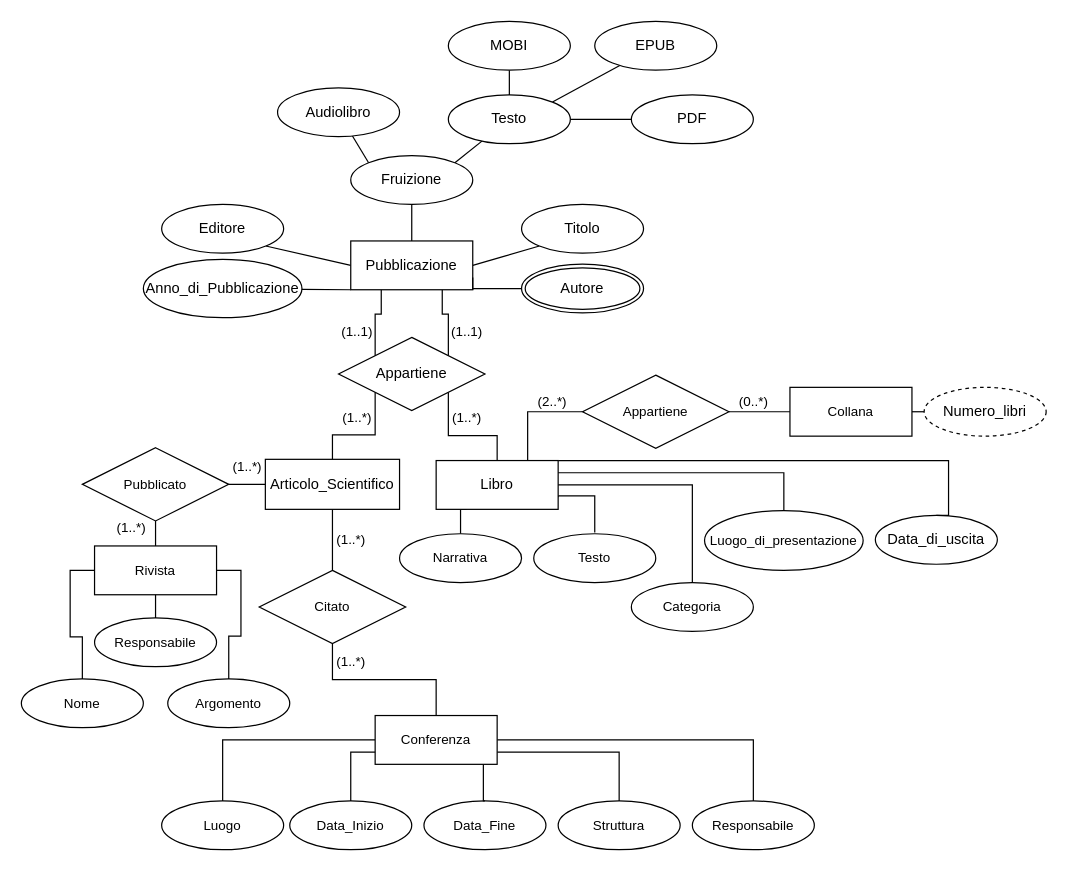
Before: prova.drawio in FiorentinoLuca/diagrams, a draw.io diagram. Source tidied: cells renumbered, new cells numbered last; positions are measured from the earlier drawing's top-left corner, leaving out a move shared by most shapes. Both pictures are drawn from the tidied source at 122%, with x=0, y=0 at pixel (21, 21).
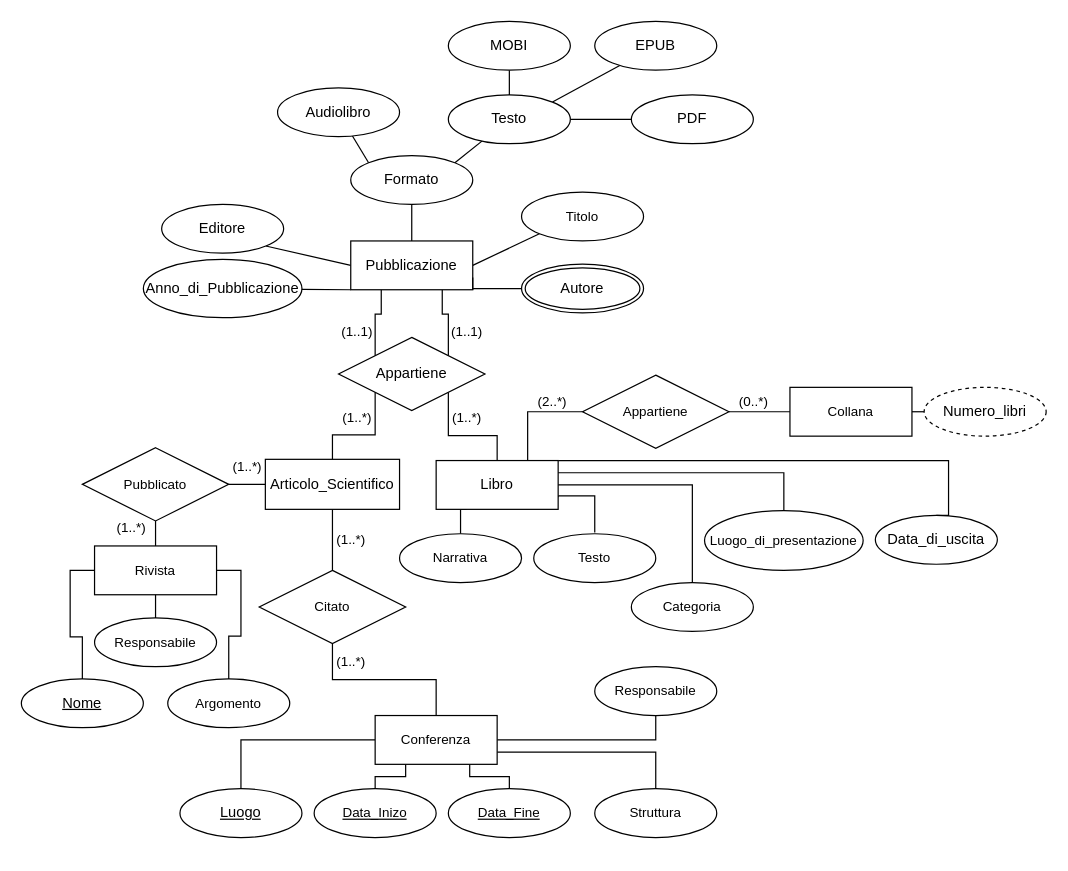
Above is the later version.

Unchanged cells that the change refers to:
```xml
<mxCell id="57" value="Conferenza" style="whiteSpace=wrap;html=1;align=center;fontFamily=Helvetica;fontSize=11;fontColor=default;labelBackgroundColor=default;" parent="1" vertex="1">
  <mxGeometry x="290" y="569" width="100" height="40" as="geometry" />
</mxCell>
<mxCell id="58" value="Rivista" style="whiteSpace=wrap;html=1;align=center;fontFamily=Helvetica;fontSize=11;fontColor=default;labelBackgroundColor=default;" parent="1" vertex="1">
  <mxGeometry x="60" y="430" width="100" height="40" as="geometry" />
</mxCell>
<mxCell id="80" value="Numero_libri" style="ellipse;whiteSpace=wrap;html=1;align=center;dashed=1;" parent="1" vertex="1">
  <mxGeometry x="740" y="300" width="100" height="40" as="geometry" />
</mxCell>
```

The edit, as a diff of the source:
```diff
@@
-    <mxCell id="9" value="Titolo" style="ellipse;whiteSpace=wrap;html=1;align=center;" parent="1" vertex="1">
-      <mxGeometry x="410" y="150" width="100" height="40" as="geometry" />
-    </mxCell>
@@
-    <mxCell id="13" value="Fruizione" style="ellipse;whiteSpace=wrap;html=1;align=center;" parent="1" vertex="1">
+    <mxCell id="13" value="Formato" style="ellipse;whiteSpace=wrap;html=1;align=center;" parent="1" vertex="1">
       <mxGeometry x="270" y="110" width="100" height="40" as="geometry" />
     </mxCell>
@@
-    <mxCell id="40" style="edgeStyle=orthogonalEdgeStyle;shape=connector;rounded=0;jettySize=auto;html=1;exitX=0;exitY=0.5;exitDx=0;exitDy=0;entryX=0.5;entryY=0;entryDx=0;entryDy=0;strokeColor=default;align=center;verticalAlign=middle;fontFamily=Helvetica;fontSize=11;fontColor=default;labelBackgroundColor=default;startFill=0;endArrow=none;" parent="1" edge="1" source="58" target="44">
+    <mxCell id="40" style="edgeStyle=orthogonalEdgeStyle;shape=connector;rounded=0;jettySize=auto;html=1;exitX=0;exitY=0.5;exitDx=0;exitDy=0;strokeColor=default;align=center;verticalAlign=middle;fontFamily=Helvetica;fontSize=11;fontColor=default;labelBackgroundColor=default;startFill=0;endArrow=none;entryX=0.5;entryY=0;entryDx=0;entryDy=0;" parent="1" edge="1" source="58" target="44">
       <mxGeometry relative="1" as="geometry" />
     </mxCell>
@@
-    <mxCell id="44" value="Nome" style="ellipse;whiteSpace=wrap;html=1;align=center;fontFamily=Helvetica;fontSize=11;fontColor=default;labelBackgroundColor=default;" parent="1" vertex="1">
-      <mxGeometry y="539" width="100" height="40" as="geometry" />
-    </mxCell>
-    <mxCell id="45" value="Luogo" style="ellipse;whiteSpace=wrap;html=1;align=center;fontFamily=Helvetica;fontSize=11;fontColor=default;labelBackgroundColor=default;" parent="1" vertex="1">
-      <mxGeometry x="115" y="639" width="100" height="40" as="geometry" />
-    </mxCell>
-    <mxCell id="46" value="Data_Inizio" style="ellipse;whiteSpace=wrap;html=1;align=center;fontFamily=Helvetica;fontSize=11;fontColor=default;labelBackgroundColor=default;" parent="1" vertex="1">
-      <mxGeometry x="220" y="639" width="100" height="40" as="geometry" />
-    </mxCell>
-    <mxCell id="47" value="Data_Fine" style="ellipse;whiteSpace=wrap;html=1;align=center;fontFamily=Helvetica;fontSize=11;fontColor=default;labelBackgroundColor=default;" parent="1" vertex="1">
-      <mxGeometry x="330" y="639" width="100" height="40" as="geometry" />
-    </mxCell>
+    <mxCell id="84" style="edgeStyle=orthogonalEdgeStyle;rounded=0;jettySize=auto;html=1;exitX=0.25;exitY=1;exitDx=0;exitDy=0;endArrow=none;startFill=0;entryX=0.5;entryY=0;entryDx=0;entryDy=0;" parent="1" edge="1" source="57" target="87">
+      <mxGeometry relative="1" as="geometry">
+        <Array as="points">
+          <mxPoint x="315" y="619" />
+          <mxPoint x="290" y="619" />
+        </Array>
+      </mxGeometry>
+    </mxCell>
+    <mxCell id="85" style="edgeStyle=orthogonalEdgeStyle;shape=connector;rounded=0;jettySize=auto;html=1;exitX=0.775;exitY=1.005;exitDx=0;exitDy=0;entryX=0.5;entryY=0;entryDx=0;entryDy=0;strokeColor=default;align=center;verticalAlign=middle;fontFamily=Helvetica;fontSize=11;fontColor=default;labelBackgroundColor=default;startFill=0;endArrow=none;exitPerimeter=0;" parent="1" edge="1" source="57" target="47">
+      <mxGeometry relative="1" as="geometry">
+        <Array as="points">
+          <mxPoint x="367" y="619" />
+          <mxPoint x="400" y="619" />
+        </Array>
+      </mxGeometry>
+    </mxCell>
@@
-    <mxCell id="54" style="edgeStyle=orthogonalEdgeStyle;shape=connector;rounded=0;jettySize=auto;html=1;exitX=0;exitY=0.5;exitDx=0;exitDy=0;entryX=0.5;entryY=0;entryDx=0;entryDy=0;strokeColor=default;align=center;verticalAlign=middle;fontFamily=Helvetica;fontSize=11;fontColor=default;labelBackgroundColor=default;startFill=0;endArrow=none;" parent="1" edge="1" source="57" target="45">
+    <mxCell id="54" style="edgeStyle=orthogonalEdgeStyle;shape=connector;rounded=0;jettySize=auto;html=1;exitX=0;exitY=0.5;exitDx=0;exitDy=0;strokeColor=default;align=center;verticalAlign=middle;fontFamily=Helvetica;fontSize=11;fontColor=default;labelBackgroundColor=default;startFill=0;endArrow=none;entryX=0.5;entryY=0;entryDx=0;entryDy=0;" parent="1" edge="1" source="57" target="45">
       <mxGeometry relative="1" as="geometry">
         <Array as="points">
-          <mxPoint x="165" y="589" />
+          <mxPoint x="180" y="589" />
         </Array>
       </mxGeometry>
     </mxCell>
-    <mxCell id="55" style="edgeStyle=orthogonalEdgeStyle;shape=connector;rounded=0;jettySize=auto;html=1;entryX=0.5;entryY=0;entryDx=0;entryDy=0;strokeColor=default;align=center;verticalAlign=middle;fontFamily=Helvetica;fontSize=11;fontColor=default;labelBackgroundColor=default;startFill=0;endArrow=none;exitX=1;exitY=0.5;exitDx=0;exitDy=0;" parent="1" edge="1" source="57" target="60">
+    <mxCell id="55" style="edgeStyle=orthogonalEdgeStyle;shape=connector;rounded=0;jettySize=auto;html=1;entryX=0.5;entryY=1;entryDx=0;entryDy=0;strokeColor=default;align=center;verticalAlign=middle;fontFamily=Helvetica;fontSize=11;fontColor=default;labelBackgroundColor=default;startFill=0;endArrow=none;exitX=1;exitY=0.5;exitDx=0;exitDy=0;" parent="1" edge="1" source="57" target="60">
       <mxGeometry relative="1" as="geometry">
         <Array as="points">
-          <mxPoint x="600" y="589" />
+          <mxPoint x="520" y="589" />
         </Array>
       </mxGeometry>
     </mxCell>
@@
     <mxCell id="59" value="Struttura" style="ellipse;whiteSpace=wrap;html=1;align=center;fontFamily=Helvetica;fontSize=11;fontColor=default;labelBackgroundColor=default;" parent="1" vertex="1">
-      <mxGeometry x="440" y="639" width="100" height="40" as="geometry" />
+      <mxGeometry x="470" y="629" width="100" height="40" as="geometry" />
     </mxCell>
     <mxCell id="60" value="Responsabile" style="ellipse;whiteSpace=wrap;html=1;align=center;fontFamily=Helvetica;fontSize=11;fontColor=default;labelBackgroundColor=default;" parent="1" vertex="1">
-      <mxGeometry x="550" y="639" width="100" height="40" as="geometry" />
+      <mxGeometry x="470" y="529" width="100" height="40" as="geometry" />
     </mxCell>
@@
-    <mxCell id="70" style="edgeStyle=orthogonalEdgeStyle;shape=connector;rounded=0;jettySize=auto;html=1;exitX=0.5;exitY=0;exitDx=0;exitDy=0;entryX=0.887;entryY=1.006;entryDx=0;entryDy=0;entryPerimeter=0;strokeColor=default;align=center;verticalAlign=middle;fontFamily=Helvetica;fontSize=11;fontColor=default;labelBackgroundColor=default;startFill=0;endArrow=none;" parent="1" edge="1" source="47" target="57">
-      <mxGeometry relative="1" as="geometry" />
-    </mxCell>
-    <mxCell id="71" style="edgeStyle=orthogonalEdgeStyle;shape=connector;rounded=0;jettySize=auto;html=1;exitX=0;exitY=0.75;exitDx=0;exitDy=0;entryX=0.5;entryY=0;entryDx=0;entryDy=0;strokeColor=default;align=center;verticalAlign=middle;fontFamily=Helvetica;fontSize=11;fontColor=default;labelBackgroundColor=default;startFill=0;endArrow=none;" parent="1" edge="1" source="57" target="46">
-      <mxGeometry relative="1" as="geometry" />
-    </mxCell>
@@
+    <mxCell id="86" style="edgeStyle=orthogonalEdgeStyle;shape=connector;rounded=0;jettySize=auto;html=1;exitX=0;exitY=0.5;exitDx=0;exitDy=0;strokeColor=default;align=center;verticalAlign=middle;fontFamily=Helvetica;fontSize=11;fontColor=default;labelBackgroundColor=default;startFill=0;endArrow=none;" parent="1" edge="1" source="80">
+      <mxGeometry relative="1" as="geometry">
+        <mxPoint x="740" y="320" as="targetPoint" />
+      </mxGeometry>
+    </mxCell>
@@
-    <mxCell id="82" value="Narrativa" style="ellipse;whiteSpace=wrap;html=1;align=center;fontFamily=Helvetica;fontSize=11;fontColor=default;labelBackgroundColor=default;" parent="1" vertex="1">
+    <mxCell id="82" value="Narrativa" style="ellipse;whiteSpace=wrap;html=1;align=center;fontFamily=Helvetica;fontSize=11;fontColor=default;labelBackgroundColor=default;direction=east;" parent="1" vertex="1">
       <mxGeometry x="310" y="420" width="100" height="40" as="geometry" />
     </mxCell>
@@
+    <mxCell id="44" value="Nome" style="ellipse;whiteSpace=wrap;html=1;align=center;fontStyle=4;" parent="1" vertex="1">
+      <mxGeometry y="539" width="100" height="40" as="geometry" />
+    </mxCell>
+    <mxCell id="45" value="Luogo" style="ellipse;whiteSpace=wrap;html=1;align=center;fontStyle=4;" parent="1" vertex="1">
+      <mxGeometry x="130" y="629" width="100" height="40" as="geometry" />
+    </mxCell>
+    <mxCell id="9" value="Titolo" style="ellipse;whiteSpace=wrap;html=1;align=center;fontFamily=Helvetica;fontSize=11;fontColor=default;labelBackgroundColor=default;" parent="1" vertex="1">
+      <mxGeometry x="410" y="140" width="100" height="40" as="geometry" />
+    </mxCell>
+    <mxCell id="87" value="Data_Inizo" style="ellipse;whiteSpace=wrap;html=1;align=center;fontStyle=4;fontFamily=Helvetica;fontSize=11;fontColor=default;labelBackgroundColor=default;" parent="1" vertex="1">
+      <mxGeometry x="240" y="629" width="100" height="40" as="geometry" />
+    </mxCell>
+    <mxCell id="47" value="Data_Fine" style="ellipse;whiteSpace=wrap;html=1;align=center;fontStyle=4;fontFamily=Helvetica;fontSize=11;fontColor=default;labelBackgroundColor=default;" parent="1" vertex="1">
+      <mxGeometry x="350" y="629" width="100" height="40" as="geometry" />
+    </mxCell>
```
